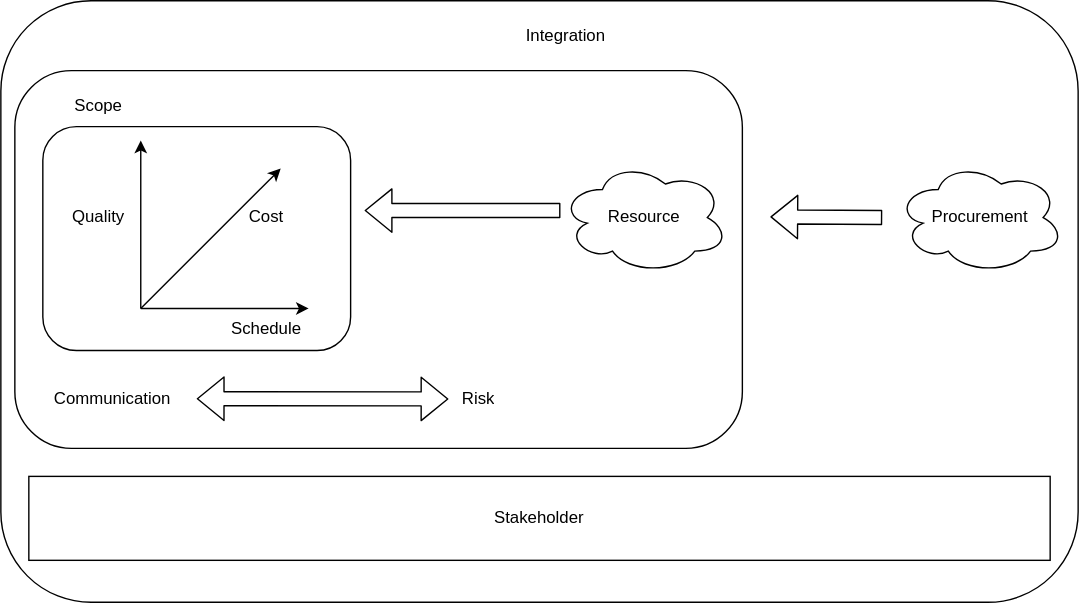
Fang-Zhang/Project-Manager-Career keeps this draw.io diagram as 01-PMP-Exam-Prep/PMP-Architecture.drawio.svg. Above is the earlier version. Source tidied: cells renumbered, new cells last; positions are measured from the earlier drawing's top-left corner, leaving out a move shared by most shapes.
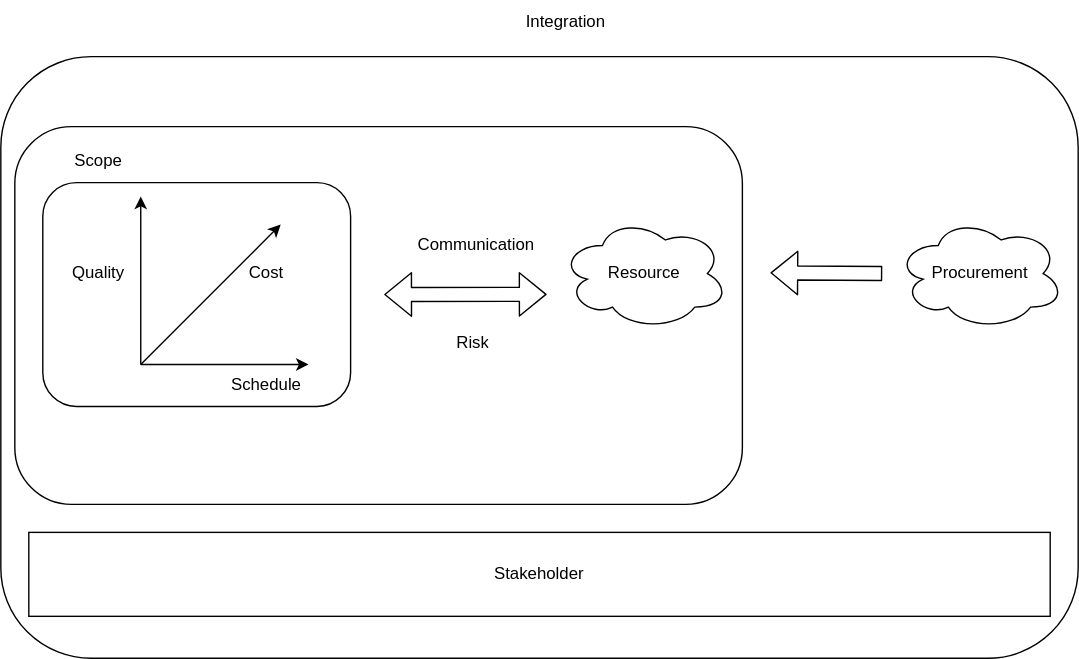
Later version of the same file.

The edit, as a diff of the source:
```diff
@@ -44,23 +44,12 @@
     <mxCell id="12" value="Resource" style="ellipse;shape=cloud;whiteSpace=wrap;html=1;" parent="1" vertex="1">
       <mxGeometry x="400" y="115" width="120" height="80" as="geometry" />
     </mxCell>
-    <mxCell id="13" style="shape=flexArrow;endArrow=classic;html=1;" parent="1" edge="1">
-      <mxGeometry relative="1" as="geometry">
-        <mxPoint x="400" y="150" as="sourcePoint" />
-        <mxPoint x="260" y="150" as="targetPoint" />
-      </mxGeometry>
-    </mxCell>
     <mxCell id="14" value="Communication" style="text;html=1;strokeColor=none;fillColor=none;align=center;verticalAlign=middle;whiteSpace=wrap;rounded=0;" parent="1" vertex="1">
-      <mxGeometry x="50" y="270" width="60" height="30" as="geometry" />
+      <mxGeometry x="310" y="120" width="60" height="30" as="geometry" />
     </mxCell>
     <mxCell id="15" value="Risk" style="text;strokeColor=none;fillColor=none;align=left;verticalAlign=middle;spacingLeft=4;spacingRight=4;overflow=hidden;whiteSpace=wrap;html=1;" parent="1" vertex="1">
-      <mxGeometry x="324" y="270" width="80" height="30" as="geometry" />
+      <mxGeometry x="320" y="190" width="40" height="30" as="geometry" />
     </mxCell>
-    <mxCell id="16" style="shape=flexArrow;endArrow=classic;startArrow=classic;html=1;entryX=0.596;entryY=0.869;entryDx=0;entryDy=0;entryPerimeter=0;" parent="1" edge="1" target="3">
-      <mxGeometry relative="1" as="geometry">
-        <mxPoint x="140" y="284.5" as="sourcePoint" />
-      </mxGeometry>
-    </mxCell>
     <mxCell id="17" value="Procurement" style="ellipse;shape=cloud;whiteSpace=wrap;html=1;" parent="1" vertex="1">
       <mxGeometry x="640" y="115" width="120" height="80" as="geometry" />
     </mxCell>
@@ -74,7 +63,12 @@
       <mxGeometry x="20" y="340" width="730" height="60" as="geometry" />
     </mxCell>
     <mxCell id="20" value="Integration" style="text;html=1;strokeColor=none;fillColor=none;align=center;verticalAlign=middle;whiteSpace=wrap;rounded=0;" parent="1" vertex="1">
-      <mxGeometry x="374" y="10" width="60" height="30" as="geometry" />
+      <mxGeometry x="374" y="-40" width="60" height="30" as="geometry" />
     </mxCell>
+    <mxCell id="21" style="shape=flexArrow;endArrow=classic;startArrow=classic;html=1;entryX=0.731;entryY=0.444;entryDx=0;entryDy=0;entryPerimeter=0;" parent="1" edge="1" target="3">
+      <mxGeometry relative="1" as="geometry">
+        <mxPoint x="274" y="170" as="sourcePoint" />
+      </mxGeometry>
+    </mxCell>
   </root>
 </mxGraphModel>
```
